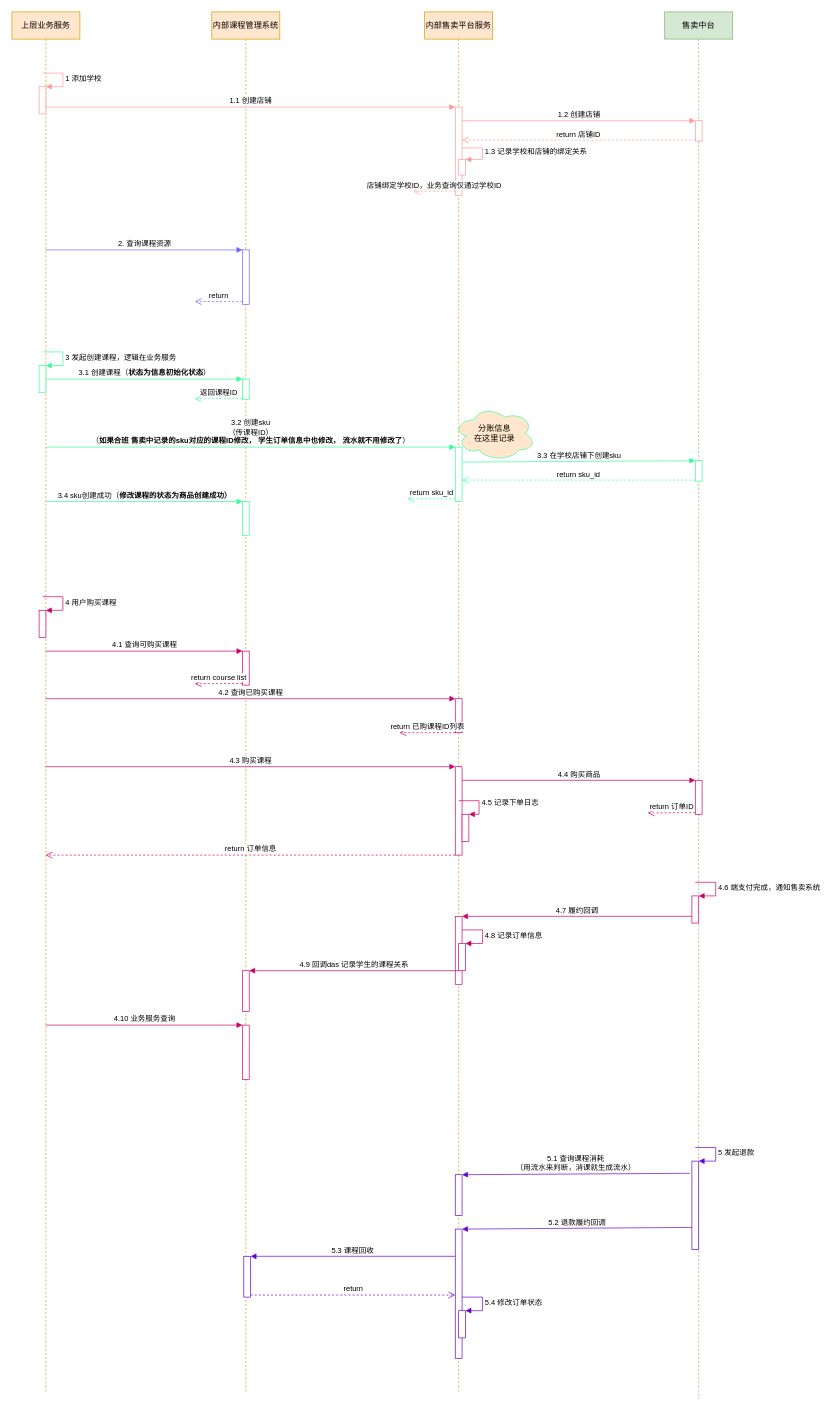
Above: 330-售卖平台时序图.drawio in wgyuuu/flow_chart (draw.io), before the change. Source tidied: cells renumbered, new cells numbered last; positions are measured from the earlier drawing's top-left corner, leaving out a move shared by most shapes. Both pictures are drawn from the tidied source at 68%, with x=0, y=0 at pixel (12, 12).
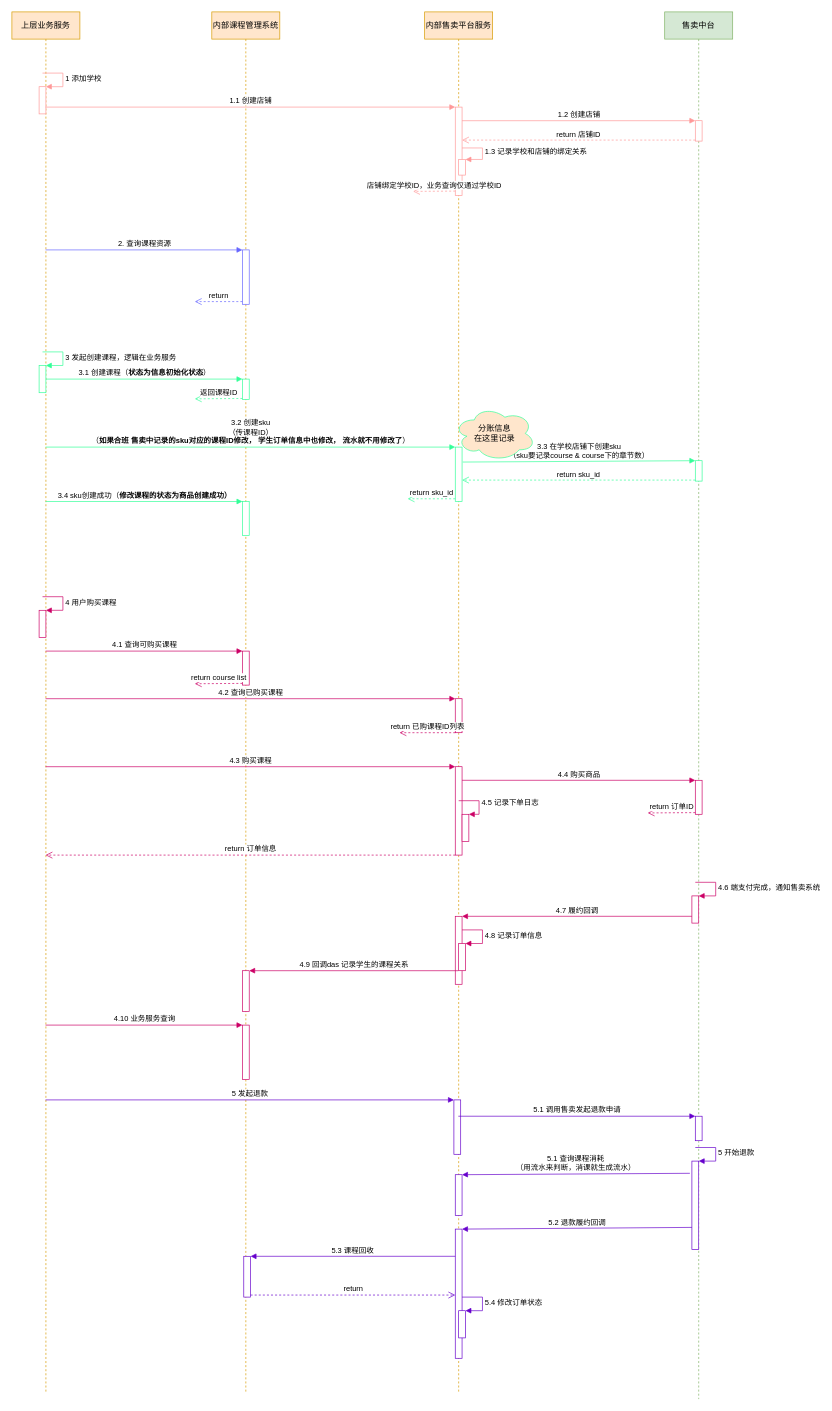
Above is the later version.

Commit message:
Update 330-售卖平台时序图.drawio

Unchanged cells that the change refers to:
```xml
<mxCell id="2" value="上层业务服务" style="shape=umlLifeline;perimeter=lifelinePerimeter;whiteSpace=wrap;html=1;outlineConnect=0;fillColor=#ffe6cc;strokeColor=#d79b00;" parent="1" vertex="1">
  <mxGeometry width="100" height="2030" as="geometry" />
</mxCell>
<mxCell id="9" value="内部售卖平台服务" style="shape=umlLifeline;perimeter=lifelinePerimeter;whiteSpace=wrap;html=1;outlineConnect=0;fillColor=#ffe6cc;strokeColor=#d79b00;" parent="1" vertex="1">
  <mxGeometry x="607" width="100" height="2030" as="geometry" />
</mxCell>
<mxCell id="10" style="html=1;points=[];perimeter=orthogonalPerimeter;strokeColor=#33FF99;" parent="9" vertex="1">
  <mxGeometry x="45" y="640" width="10" height="80" as="geometry" />
</mxCell>
<mxCell id="28" value="售卖中台" style="shape=umlLifeline;perimeter=lifelinePerimeter;whiteSpace=wrap;html=1;fillColor=#d5e8d4;strokeColor=#82b366;" parent="1" vertex="1">
  <mxGeometry x="960" width="100" height="2040" as="geometry" />
</mxCell>
<mxCell id="30" style="html=1;points=[];perimeter=orthogonalPerimeter;strokeColor=#33FF99;" parent="28" vertex="1">
  <mxGeometry x="45" y="660" width="10" height="30" as="geometry" />
</mxCell>
<mxCell id="35" style="html=1;points=[];perimeter=orthogonalPerimeter;strokeColor=#6600CC;" parent="28" vertex="1">
  <mxGeometry x="40" y="1690" width="10" height="130" as="geometry" />
</mxCell>
```

Diff of the diagram source:
```diff
@@
+    <mxCell id="70" style="html=1;points=[];perimeter=orthogonalPerimeter;strokeColor=#6600CC;" parent="9" vertex="1">
+      <mxGeometry x="43" y="1600" width="10" height="80" as="geometry" />
+    </mxCell>
@@
-    <mxCell id="36" value="5 发起退款" style="edgeStyle=orthogonalEdgeStyle;html=1;align=left;spacingLeft=2;endArrow=block;rounded=0;entryX=1;entryY=0;strokeColor=#6600CC;" parent="28" edge="1" target="35">
+    <mxCell id="36" value="5 开始退款" style="edgeStyle=orthogonalEdgeStyle;html=1;align=left;spacingLeft=2;endArrow=block;rounded=0;entryX=1;entryY=0;strokeColor=#6600CC;" parent="28" edge="1" target="35">
       <mxGeometry relative="1" as="geometry">
         <mxPoint x="45" y="1670" as="sourcePoint" />
         <Array as="points">
           <mxPoint x="75" y="1670" />
         </Array>
       </mxGeometry>
     </mxCell>
+    <mxCell id="71" style="html=1;points=[];perimeter=orthogonalPerimeter;strokeColor=#6600CC;" parent="28" vertex="1">
+      <mxGeometry x="45" y="1624" width="10" height="36" as="geometry" />
+    </mxCell>
@@
-    <mxCell id="54" value="3.3 在学校店铺下创建sku" style="html=1;verticalAlign=bottom;endArrow=block;entryX=0;entryY=0;rounded=0;exitX=1.1;exitY=0.275;exitDx=0;exitDy=0;exitPerimeter=0;strokeColor=#33FF99;" parent="1" edge="1" source="10" target="30">
+    <mxCell id="54" value="3.3 在学校店铺下创建sku&lt;br&gt;（sku要记录course &amp;amp; course下的章节数）" style="html=1;verticalAlign=bottom;endArrow=block;entryX=0;entryY=0;rounded=0;exitX=1.1;exitY=0.275;exitDx=0;exitDy=0;exitPerimeter=0;strokeColor=#33FF99;" parent="1" edge="1" source="10" target="30">
       <mxGeometry relative="1" as="geometry" />
     </mxCell>
@@
+    <mxCell id="72" value="5 发起退款" style="html=1;verticalAlign=bottom;endArrow=block;entryX=0;entryY=0;rounded=0;strokeColor=#6600CC;" parent="1" edge="1" source="2" target="70">
+      <mxGeometry relative="1" as="geometry" />
+    </mxCell>
+    <mxCell id="73" value="5.1 调用售卖发起退款申请" style="html=1;verticalAlign=bottom;endArrow=block;entryX=0;entryY=0;rounded=0;strokeColor=#6600CC;" parent="1" edge="1" source="9" target="71">
+      <mxGeometry relative="1" as="geometry" />
+    </mxCell>
```
